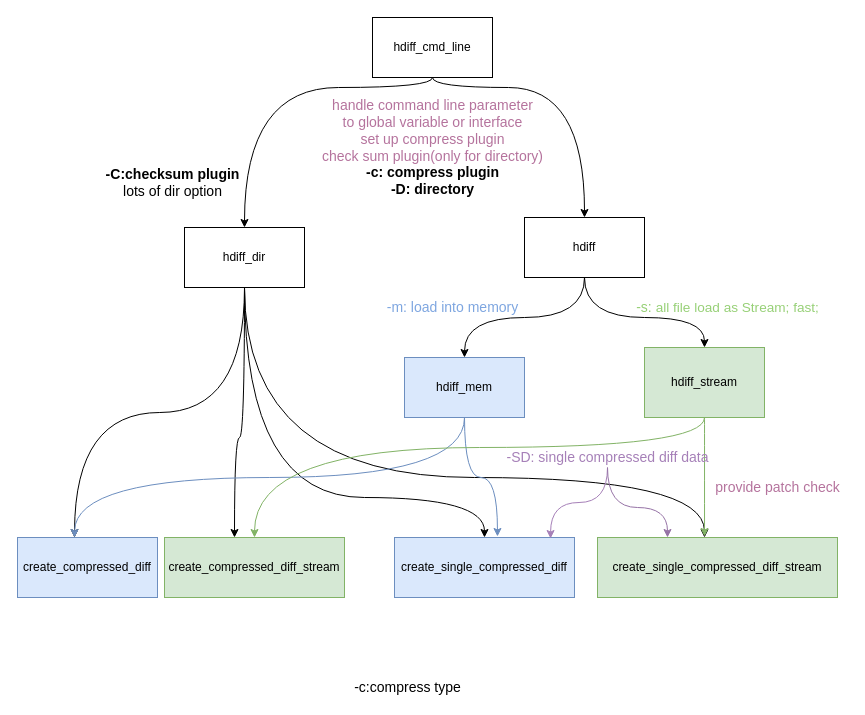
Before: Untitled Diagram.drawio in MyEnthusiastic/Unix-like-file-system, a draw.io diagram. Source tidied: cells renumbered, new cells numbered last; positions are measured from the earlier drawing's top-left corner, leaving out a move shared by most shapes. Both pictures are drawn from the tidied source at 100%, with x=0, y=0 at pixel (17, 17).
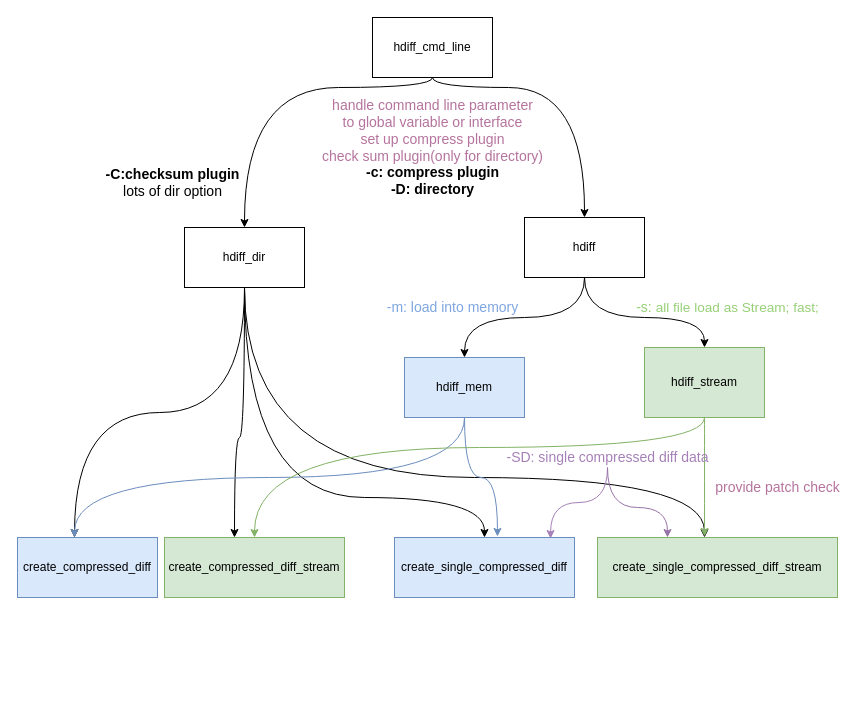
Above is the later version.

The edit, as a diff of the source:
```diff
@@
-    <mxCell id="26" value="-c:compress type" style="text;html=1;align=center;verticalAlign=middle;strokeColor=none;fontSize=14;" parent="1" vertex="1">
-      <mxGeometry x="330" y="660" width="120" height="20" as="geometry" />
-    </mxCell>
```
